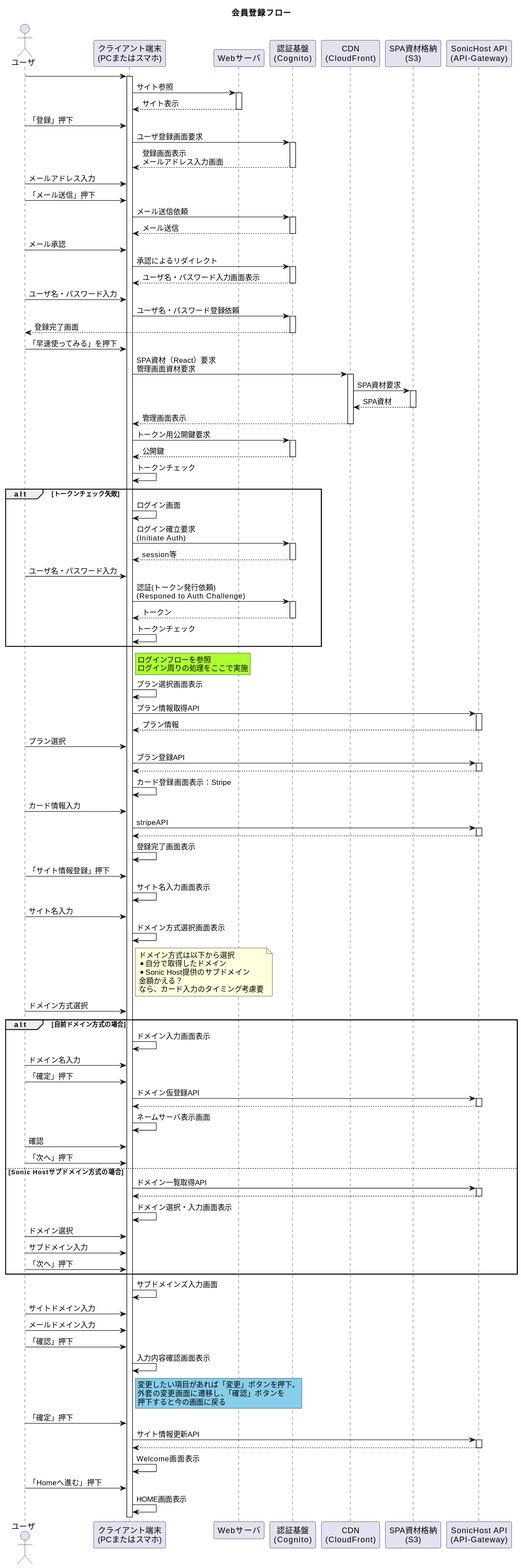
This is 01_Sequences/01_Registeration_Flow/registFlow.svg from Sonic-Host/documents, a PlantUML export, as it was before one commit. The source it was exported from:
```plantuml
@startuml
title 会員登録フロー

actor "ユーザ" as user
participant "クライアント端末\n(PCまたはスマホ)" as device
participant "Webサーバ" as site
participant "認証基盤\n(Cognito)" as cognito
participant "CDN\n(CloudFront)" as cdn
participant "SPA資材格納\n(S3)" as spa
participant "SonicHost API\n(API-Gateway)" as api


user -> device ++
device -> site ++ : サイト参照
device <-- site -- : サイト表示
user -> device : 「登録」押下

device -> cognito ++ : ユーザ登録画面要求
device <-- cognito -- : 登録画面表示\nメールアドレス入力画面
user -> device : メールアドレス入力
user -> device : 「メール送信」押下
device -> cognito ++ : メール送信依頼
device <-- cognito -- : メール送信
user -> device : メール承認
device -> cognito ++ : 承認によるリダイレクト
device <-- cognito -- : ユーザ名・パスワード入力画面表示
user -> device :ユーザ名・パスワード入力
device -> cognito ++ : ユーザ名・パスワード登録依頼
user <-- cognito -- : 登録完了画面
user -> device : 「早速使ってみる」を押下

device -> cdn ++ : SPA資材（React）要求\n管理画面資材要求
cdn -> spa ++ : SPA資材要求
cdn <-- spa -- : SPA資材
device <-- cdn -- : 管理画面表示
device -> cognito ++ : トークン用公開鍵要求
device <-- cognito -- : 公開鍵
device -> device : トークンチェック
alt トークンチェック失敗
    device -> device : ログイン画面
    device -> cognito ++ : ログイン確立要求\n(Initiate Auth)
    device <-- cognito -- : session等
    user -> device : ユーザ名・パスワード入力
    device -> cognito ++ : 認証(トークン発行依頼)\n(Responed to Auth Challenge)
    device <-- cognito -- : トークン
    device -> device : トークンチェック
end

rnote right of device #GreenYellow
    ログインフローを参照
    ログイン周りの処理をここで実施
end note

device -> device : プラン選択画面表示
device -> api ++ : プラン情報取得API
device <-- api -- : プラン情報
user -> device : プラン選択
device -> api ++ : プラン登録API
device <-- api --
device -> device : カード登録画面表示：Stripe
user -> device : カード情報入力
device -> api ++ : stripeAPI
device <-- api --
device -> device : 登録完了画面表示
user -> device : 「サイト情報登録」押下
device -> device : サイト名入力画面表示
user -> device : サイト名入力
device -> device : ドメイン方式選択画面表示
note right of device
    ドメイン方式は以下から選択
    * 自分で取得したドメイン
    * Sonic Host提供のサブドメイン
    金額かえる？
    なら、カード入力のタイミング考慮要
end note
user -> device : ドメイン方式選択
alt 自前ドメイン方式の場合
    device -> device :ドメイン入力画面表示
    user -> device : ドメイン名入力
    user -> device : 「確定」押下
    device -> api ++ : ドメイン仮登録API
    device <-- api --
    device -> device : ネームサーバ表示画面
    user -> device : 確認
    user -> device : 「次へ」押下
else Sonic Hostサブドメイン方式の場合
    device -> api ++ : ドメイン一覧取得API
    device <-- api --
    device -> device : ドメイン選択・入力画面表示
    user -> device : ドメイン選択
    user -> device : サブドメイン入力
    user -> device : 「次へ」押下
end
device -> device : サブドメインズ入力画面
user -> device : サイトドメイン入力
user -> device : メールドメイン入力
user -> device : 「確認」押下
device -> device : 入力内容確認画面表示
rnote right of device #SkyBlue
    変更したい項目があれば「変更」ボタンを押下。
    外套の変更画面に遷移し、「確認」ボタンを
    押下すると今の画面に戻る
end note
user -> device : 「確定」押下
device -> api ++ : サイト情報更新API
device <-- api --
device -> device : Welcome画面表示
user -> device : 「Homeへ進む」押下
device -> device : HOME画面表示
@enduml
```
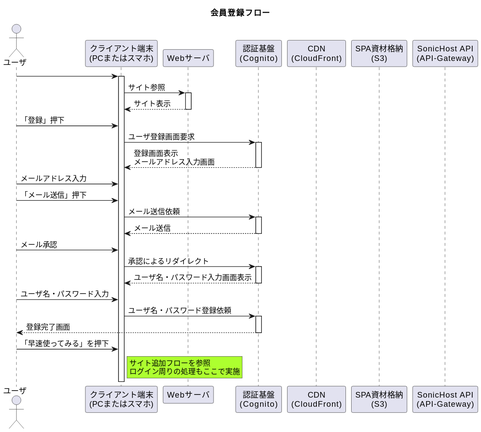
The same file after the commit.

Diff of the diagram source:
```diff
@@ -29,82 +29,8 @@
 user <-- cognito -- : 登録完了画面
 user -> device : 「早速使ってみる」を押下
 
-device -> cdn ++ : SPA資材（React）要求\n管理画面資材要求
-cdn -> spa ++ : SPA資材要求
-cdn <-- spa -- : SPA資材
-device <-- cdn -- : 管理画面表示
-device -> cognito ++ : トークン用公開鍵要求
-device <-- cognito -- : 公開鍵
-device -> device : トークンチェック
-alt トークンチェック失敗
-    device -> device : ログイン画面
-    device -> cognito ++ : ログイン確立要求\n(Initiate Auth)
-    device <-- cognito -- : session等
-    user -> device : ユーザ名・パスワード入力
-    device -> cognito ++ : 認証(トークン発行依頼)\n(Responed to Auth Challenge)
-    device <-- cognito -- : トークン
-    device -> device : トークンチェック
-end
-
 rnote right of device #GreenYellow
-    ログインフローを参照
-    ログイン周りの処理をここで実施
+    サイト追加フローを参照
+    ログイン周りの処理もここで実施
 end note
-
-device -> device : プラン選択画面表示
-device -> api ++ : プラン情報取得API
-device <-- api -- : プラン情報
-user -> device : プラン選択
-device -> api ++ : プラン登録API
-device <-- api --
-device -> device : カード登録画面表示：Stripe
-user -> device : カード情報入力
-device -> api ++ : stripeAPI
-device <-- api --
-device -> device : 登録完了画面表示
-user -> device : 「サイト情報登録」押下
-device -> device : サイト名入力画面表示
-user -> device : サイト名入力
-device -> device : ドメイン方式選択画面表示
-note right of device
-    ドメイン方式は以下から選択
-    * 自分で取得したドメイン
-    * Sonic Host提供のサブドメイン
-    金額かえる？
-    なら、カード入力のタイミング考慮要
-end note
-user -> device : ドメイン方式選択
-alt 自前ドメイン方式の場合
-    device -> device :ドメイン入力画面表示
-    user -> device : ドメイン名入力
-    user -> device : 「確定」押下
-    device -> api ++ : ドメイン仮登録API
-    device <-- api --
-    device -> device : ネームサーバ表示画面
-    user -> device : 確認
-    user -> device : 「次へ」押下
-else Sonic Hostサブドメイン方式の場合
-    device -> api ++ : ドメイン一覧取得API
-    device <-- api --
-    device -> device : ドメイン選択・入力画面表示
-    user -> device : ドメイン選択
-    user -> device : サブドメイン入力
-    user -> device : 「次へ」押下
-end
-device -> device : サブドメインズ入力画面
-user -> device : サイトドメイン入力
-user -> device : メールドメイン入力
-user -> device : 「確認」押下
-device -> device : 入力内容確認画面表示
-rnote right of device #SkyBlue
-    変更したい項目があれば「変更」ボタンを押下。
-    外套の変更画面に遷移し、「確認」ボタンを
-    押下すると今の画面に戻る
-end note
-user -> device : 「確定」押下
-device -> api ++ : サイト情報更新API
-device <-- api --
-device -> device : Welcome画面表示
-user -> device : 「Homeへ進む」押下
-device -> device : HOME画面表示
 @enduml
```
